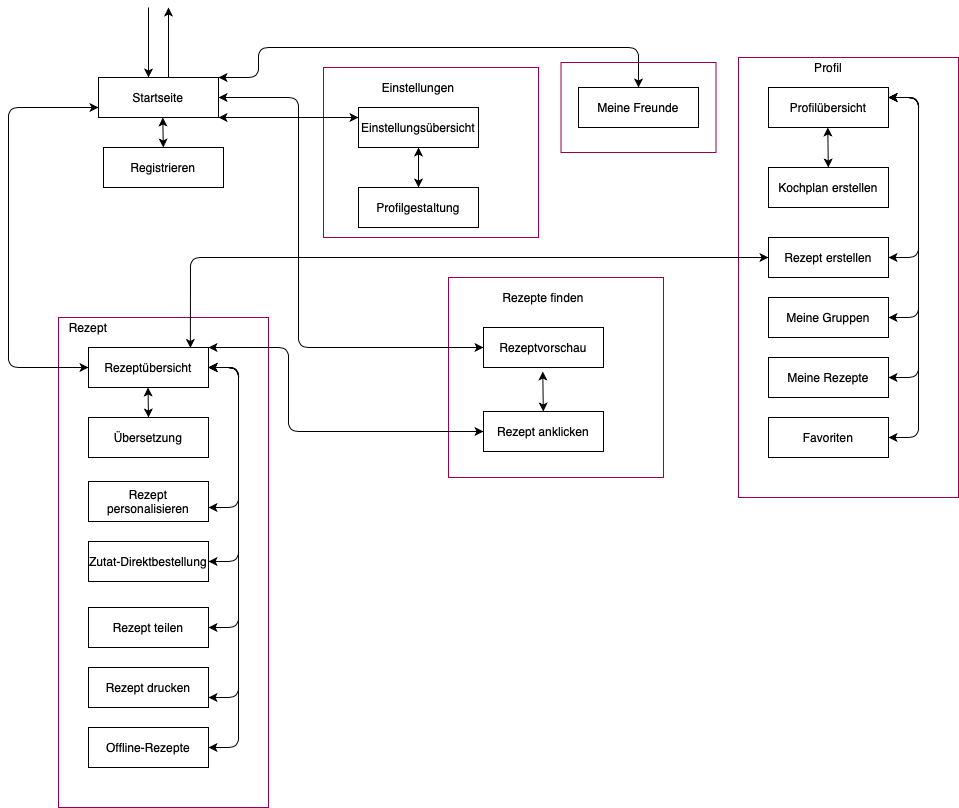
Before: Artefakte/NavigationModel/WS2020_CobanMai_NavigationModel_v1.png, a diagram exported from draw.io (Inf166/PeerToPeerSharingOfCookingRecipies). Source tidied: cells renumbered, new cells last; positions are measured from the earlier drawing's top-left corner, leaving out a move shared by most shapes. Its diagram source:
```xml
<mxGraphModel>
  <root>
    <mxCell id="0" />
    <mxCell id="1" parent="0" />
    <mxCell id="2" style="rounded=0;whiteSpace=wrap;html=1;fillColor=none;strokeColor=#99004D;" parent="1" vertex="1">
      <mxGeometry x="730" y="50" width="220" height="440" as="geometry" />
    </mxCell>
    <mxCell id="3" style="rounded=0;whiteSpace=wrap;html=1;fillColor=none;strokeColor=#99004D;" parent="1" vertex="1">
      <mxGeometry x="50" y="310" width="210" height="490" as="geometry" />
    </mxCell>
    <mxCell id="4" style="rounded=0;whiteSpace=wrap;html=1;fillColor=none;strokeColor=#99004D;" parent="1" vertex="1">
      <mxGeometry x="315" y="60" width="215" height="170" as="geometry" />
    </mxCell>
    <mxCell id="5" style="rounded=0;whiteSpace=wrap;html=1;fillColor=none;strokeColor=#99004D;" parent="1" vertex="1">
      <mxGeometry x="440" y="270" width="215" height="200" as="geometry" />
    </mxCell>
    <mxCell id="6" value="Startseite" style="rounded=0;whiteSpace=wrap;html=1;" parent="1" vertex="1">
      <mxGeometry x="90" y="70" width="120" height="40" as="geometry" />
    </mxCell>
    <mxCell id="7" style="endArrow=classic;html=1;" parent="1" edge="1">
      <mxGeometry relative="1" as="geometry">
        <mxPoint x="160" y="70" as="sourcePoint" />
        <mxPoint x="160" as="targetPoint" />
      </mxGeometry>
    </mxCell>
    <mxCell id="8" style="endArrow=classic;html=1;" parent="1" edge="1">
      <mxGeometry relative="1" as="geometry">
        <mxPoint x="140" as="sourcePoint" />
        <mxPoint x="140" y="70" as="targetPoint" />
      </mxGeometry>
    </mxCell>
    <mxCell id="9" value="Einstellungsübersicht" style="rounded=0;whiteSpace=wrap;html=1;" parent="1" vertex="1">
      <mxGeometry x="350" y="100" width="120" height="40" as="geometry" />
    </mxCell>
    <mxCell id="10" value="Rezeptübersicht" style="rounded=0;whiteSpace=wrap;html=1;" parent="1" vertex="1">
      <mxGeometry x="80" y="340" width="120" height="40" as="geometry" />
    </mxCell>
    <mxCell id="11" value="Profilübersicht" style="rounded=0;whiteSpace=wrap;html=1;" parent="1" vertex="1">
      <mxGeometry x="760" y="80" width="120" height="40" as="geometry" />
    </mxCell>
    <mxCell id="12" value="Meine Freunde" style="rounded=0;whiteSpace=wrap;html=1;" parent="1" vertex="1">
      <mxGeometry x="570" y="80" width="120" height="40" as="geometry" />
    </mxCell>
    <mxCell id="13" value="Rezept anklicken" style="rounded=0;whiteSpace=wrap;html=1;" parent="1" vertex="1">
      <mxGeometry x="475" y="404" width="120" height="40" as="geometry" />
    </mxCell>
    <mxCell id="14" style="endArrow=classic;startArrow=classic;html=1;" parent="1" edge="1">
      <mxGeometry relative="1" as="geometry">
        <mxPoint x="534.8" y="404" as="sourcePoint" />
        <mxPoint x="534.3" y="364" as="targetPoint" />
      </mxGeometry>
    </mxCell>
    <mxCell id="15" value="Rezepte finden" style="text;html=1;strokeColor=none;fillColor=none;align=center;verticalAlign=middle;whiteSpace=wrap;rounded=0;" parent="1" vertex="1">
      <mxGeometry x="490" y="280" width="90" height="20" as="geometry" />
    </mxCell>
    <mxCell id="16" value="Profilgestaltung" style="rounded=0;whiteSpace=wrap;html=1;" parent="1" vertex="1">
      <mxGeometry x="350" y="180" width="120" height="40" as="geometry" />
    </mxCell>
    <mxCell id="17" style="endArrow=classic;startArrow=classic;html=1;exitX=0.5;exitY=0;exitDx=0;exitDy=0;" parent="1" edge="1" source="16">
      <mxGeometry relative="1" as="geometry">
        <mxPoint x="410" y="140" as="targetPoint" />
      </mxGeometry>
    </mxCell>
    <mxCell id="18" value="Übersetzung" style="rounded=0;whiteSpace=wrap;html=1;" parent="1" vertex="1">
      <mxGeometry x="80" y="410" width="120" height="40" as="geometry" />
    </mxCell>
    <mxCell id="19" value="Offline-Rezepte" style="rounded=0;whiteSpace=wrap;html=1;" parent="1" vertex="1">
      <mxGeometry x="80" y="720" width="120" height="40" as="geometry" />
    </mxCell>
    <mxCell id="20" value="Zutat-Direktbestellung" style="rounded=0;whiteSpace=wrap;html=1;" parent="1" vertex="1">
      <mxGeometry x="80" y="534" width="120" height="40" as="geometry" />
    </mxCell>
    <mxCell id="21" value="Rezept personalisieren" style="rounded=0;whiteSpace=wrap;html=1;" parent="1" vertex="1">
      <mxGeometry x="80" y="474" width="120" height="40" as="geometry" />
    </mxCell>
    <mxCell id="22" value="Rezept drucken" style="rounded=0;whiteSpace=wrap;html=1;" parent="1" vertex="1">
      <mxGeometry x="80" y="660" width="120" height="40" as="geometry" />
    </mxCell>
    <mxCell id="23" value="Rezept teilen" style="rounded=0;whiteSpace=wrap;html=1;" parent="1" vertex="1">
      <mxGeometry x="80" y="600" width="120" height="40" as="geometry" />
    </mxCell>
    <mxCell id="24" style="endArrow=classic;startArrow=classic;html=1;" parent="1" edge="1">
      <mxGeometry relative="1" as="geometry">
        <mxPoint x="140" y="410" as="sourcePoint" />
        <mxPoint x="139.5" y="380" as="targetPoint" />
      </mxGeometry>
    </mxCell>
    <mxCell id="25" style="endArrow=classic;startArrow=classic;html=1;" parent="1" edge="1">
      <mxGeometry relative="1" as="geometry">
        <mxPoint x="200" y="500" as="sourcePoint" />
        <mxPoint x="200" y="360" as="targetPoint" />
        <Array as="points">
          <mxPoint x="230" y="500" />
          <mxPoint x="230" y="360" />
        </Array>
      </mxGeometry>
    </mxCell>
    <mxCell id="26" value="Einstellungen" style="text;html=1;strokeColor=none;fillColor=none;align=center;verticalAlign=middle;whiteSpace=wrap;rounded=0;" parent="1" vertex="1">
      <mxGeometry x="390" y="70" width="40" height="20" as="geometry" />
    </mxCell>
    <mxCell id="27" style="endArrow=classic;startArrow=classic;html=1;exitX=1;exitY=0.5;exitDx=0;exitDy=0;" parent="1" edge="1" source="20">
      <mxGeometry relative="1" as="geometry">
        <mxPoint x="200" y="360" as="targetPoint" />
        <Array as="points">
          <mxPoint x="230" y="554" />
          <mxPoint x="230" y="500" />
          <mxPoint x="230" y="360" />
        </Array>
      </mxGeometry>
    </mxCell>
    <mxCell id="28" style="endArrow=classic;startArrow=classic;html=1;exitX=1;exitY=0.5;exitDx=0;exitDy=0;entryX=1;entryY=0.5;entryDx=0;entryDy=0;" parent="1" edge="1" source="23" target="10">
      <mxGeometry relative="1" as="geometry">
        <Array as="points">
          <mxPoint x="230" y="620" />
          <mxPoint x="230" y="510" />
          <mxPoint x="230" y="360" />
        </Array>
      </mxGeometry>
    </mxCell>
    <mxCell id="29" style="endArrow=classic;startArrow=classic;html=1;exitX=1;exitY=0.75;exitDx=0;exitDy=0;" parent="1" edge="1" source="22">
      <mxGeometry relative="1" as="geometry">
        <mxPoint x="200" y="360" as="targetPoint" />
        <Array as="points">
          <mxPoint x="230" y="690" />
          <mxPoint x="230" y="610" />
          <mxPoint x="230" y="520" />
          <mxPoint x="230" y="360" />
        </Array>
      </mxGeometry>
    </mxCell>
    <mxCell id="30" style="endArrow=classic;startArrow=classic;html=1;exitX=1;exitY=0.5;exitDx=0;exitDy=0;" parent="1" edge="1" source="19">
      <mxGeometry relative="1" as="geometry">
        <mxPoint x="200" y="360" as="targetPoint" />
        <Array as="points">
          <mxPoint x="230" y="740" />
          <mxPoint x="230" y="620" />
          <mxPoint x="230" y="530" />
          <mxPoint x="230" y="360" />
        </Array>
      </mxGeometry>
    </mxCell>
    <mxCell id="31" value="Rezept" style="text;html=1;strokeColor=none;fillColor=none;align=center;verticalAlign=middle;whiteSpace=wrap;rounded=0;" parent="1" vertex="1">
      <mxGeometry x="60" y="310" width="40" height="20" as="geometry" />
    </mxCell>
    <mxCell id="32" style="endArrow=classic;startArrow=classic;html=1;entryX=1;entryY=0;entryDx=0;entryDy=0;exitX=0;exitY=0.5;exitDx=0;exitDy=0;" parent="1" edge="1" source="13" target="10">
      <mxGeometry relative="1" as="geometry">
        <Array as="points">
          <mxPoint x="280" y="424" />
          <mxPoint x="280" y="340" />
        </Array>
      </mxGeometry>
    </mxCell>
    <mxCell id="33" value="Rezeptvorschau" style="rounded=0;whiteSpace=wrap;html=1;" parent="1" vertex="1">
      <mxGeometry x="475" y="320" width="120" height="40" as="geometry" />
    </mxCell>
    <mxCell id="34" style="endArrow=classic;startArrow=classic;html=1;entryX=0;entryY=0.25;entryDx=0;entryDy=0;exitX=1;exitY=1;exitDx=0;exitDy=0;" parent="1" edge="1" source="6" target="9">
      <mxGeometry relative="1" as="geometry">
        <Array as="points">
          <mxPoint x="280" y="110" />
        </Array>
      </mxGeometry>
    </mxCell>
    <mxCell id="35" style="endArrow=classic;startArrow=classic;html=1;entryX=0;entryY=0.75;entryDx=0;entryDy=0;exitX=0;exitY=0.5;exitDx=0;exitDy=0;" parent="1" edge="1" source="10" target="6">
      <mxGeometry relative="1" as="geometry">
        <Array as="points">
          <mxPoint y="360" />
          <mxPoint y="100" />
        </Array>
      </mxGeometry>
    </mxCell>
    <mxCell id="36" style="endArrow=classic;startArrow=classic;html=1;exitX=0;exitY=0.5;exitDx=0;exitDy=0;entryX=1;entryY=0.5;entryDx=0;entryDy=0;" parent="1" edge="1" source="33" target="6">
      <mxGeometry relative="1" as="geometry">
        <Array as="points">
          <mxPoint x="290" y="340" />
          <mxPoint x="290" y="90" />
        </Array>
      </mxGeometry>
    </mxCell>
    <mxCell id="37" style="endArrow=classic;startArrow=classic;html=1;entryX=0.5;entryY=0;entryDx=0;entryDy=0;exitX=1;exitY=0;exitDx=0;exitDy=0;" parent="1" edge="1" source="6" target="12">
      <mxGeometry relative="1" as="geometry">
        <Array as="points">
          <mxPoint x="250" y="70" />
          <mxPoint x="250" y="40" />
          <mxPoint x="630" y="40" />
        </Array>
      </mxGeometry>
    </mxCell>
    <mxCell id="38" value="Kochplan erstellen" style="rounded=0;whiteSpace=wrap;html=1;" parent="1" vertex="1">
      <mxGeometry x="760" y="160" width="120" height="40" as="geometry" />
    </mxCell>
    <mxCell id="39" value="Rezept erstellen" style="rounded=0;whiteSpace=wrap;html=1;" parent="1" vertex="1">
      <mxGeometry x="760" y="230" width="120" height="40" as="geometry" />
    </mxCell>
    <mxCell id="40" value="Meine Rezepte" style="rounded=0;whiteSpace=wrap;html=1;" parent="1" vertex="1">
      <mxGeometry x="760" y="350" width="120" height="40" as="geometry" />
    </mxCell>
    <mxCell id="41" value="Meine Gruppen" style="rounded=0;whiteSpace=wrap;html=1;" parent="1" vertex="1">
      <mxGeometry x="760" y="290" width="120" height="40" as="geometry" />
    </mxCell>
    <mxCell id="42" value="Favoriten" style="rounded=0;whiteSpace=wrap;html=1;" parent="1" vertex="1">
      <mxGeometry x="760" y="410" width="120" height="40" as="geometry" />
    </mxCell>
    <mxCell id="43" value="Profil" style="text;html=1;strokeColor=none;fillColor=none;align=center;verticalAlign=middle;whiteSpace=wrap;rounded=0;" parent="1" vertex="1">
      <mxGeometry x="800" y="50" width="40" height="20" as="geometry" />
    </mxCell>
    <mxCell id="44" style="endArrow=classic;startArrow=classic;html=1;" parent="1" edge="1">
      <mxGeometry relative="1" as="geometry">
        <mxPoint x="819.8" y="160" as="sourcePoint" />
        <mxPoint x="819.3" y="120" as="targetPoint" />
      </mxGeometry>
    </mxCell>
    <mxCell id="45" style="endArrow=classic;startArrow=classic;html=1;exitX=1;exitY=0.5;exitDx=0;exitDy=0;" parent="1" edge="1" source="42">
      <mxGeometry relative="1" as="geometry">
        <mxPoint x="880" y="90" as="targetPoint" />
        <Array as="points">
          <mxPoint x="910" y="430" />
          <mxPoint x="910" y="350" />
          <mxPoint x="910" y="260" />
          <mxPoint x="910" y="90" />
        </Array>
      </mxGeometry>
    </mxCell>
    <mxCell id="46" style="endArrow=classic;startArrow=classic;html=1;exitX=1;exitY=0.5;exitDx=0;exitDy=0;" parent="1" edge="1" source="40">
      <mxGeometry relative="1" as="geometry">
        <mxPoint x="880" y="90" as="targetPoint" />
        <Array as="points">
          <mxPoint x="910" y="370" />
          <mxPoint x="910" y="340" />
          <mxPoint x="910" y="250" />
          <mxPoint x="910" y="90" />
        </Array>
      </mxGeometry>
    </mxCell>
    <mxCell id="47" style="endArrow=classic;startArrow=classic;html=1;exitX=1;exitY=0.5;exitDx=0;exitDy=0;" parent="1" edge="1" source="41">
      <mxGeometry relative="1" as="geometry">
        <mxPoint x="880" y="90" as="targetPoint" />
        <Array as="points">
          <mxPoint x="910" y="310" />
          <mxPoint x="910" y="200" />
          <mxPoint x="910" y="90" />
        </Array>
      </mxGeometry>
    </mxCell>
    <mxCell id="48" style="endArrow=classic;startArrow=classic;html=1;exitX=1;exitY=0.5;exitDx=0;exitDy=0;entryX=1;entryY=0.25;entryDx=0;entryDy=0;" parent="1" edge="1" source="39" target="11">
      <mxGeometry relative="1" as="geometry">
        <Array as="points">
          <mxPoint x="910" y="250" />
          <mxPoint x="910" y="210" />
          <mxPoint x="910" y="90" />
        </Array>
      </mxGeometry>
    </mxCell>
    <mxCell id="49" style="endArrow=classic;startArrow=classic;html=1;entryX=0;entryY=0.5;entryDx=0;entryDy=0;exitX=0.849;exitY=0.011;exitDx=0;exitDy=0;exitPerimeter=0;" parent="1" edge="1" source="10" target="39">
      <mxGeometry relative="1" as="geometry">
        <Array as="points">
          <mxPoint x="182" y="250" />
          <mxPoint x="310" y="250" />
        </Array>
      </mxGeometry>
    </mxCell>
    <mxCell id="50" style="endArrow=classic;startArrow=classic;html=1;" parent="1" edge="1">
      <mxGeometry relative="1" as="geometry">
        <mxPoint x="154.8" y="140" as="sourcePoint" />
        <mxPoint x="154.3" y="110" as="targetPoint" />
      </mxGeometry>
    </mxCell>
    <mxCell id="51" value="Registrieren" style="rounded=0;whiteSpace=wrap;html=1;" parent="1" vertex="1">
      <mxGeometry x="95" y="140" width="120" height="40" as="geometry" />
    </mxCell>
    <mxCell id="52" style="rounded=0;whiteSpace=wrap;html=1;fillColor=none;strokeColor=#99004D;" parent="1" vertex="1">
      <mxGeometry x="552.5" y="55" width="155" height="90" as="geometry" />
    </mxCell>
  </root>
</mxGraphModel>
```
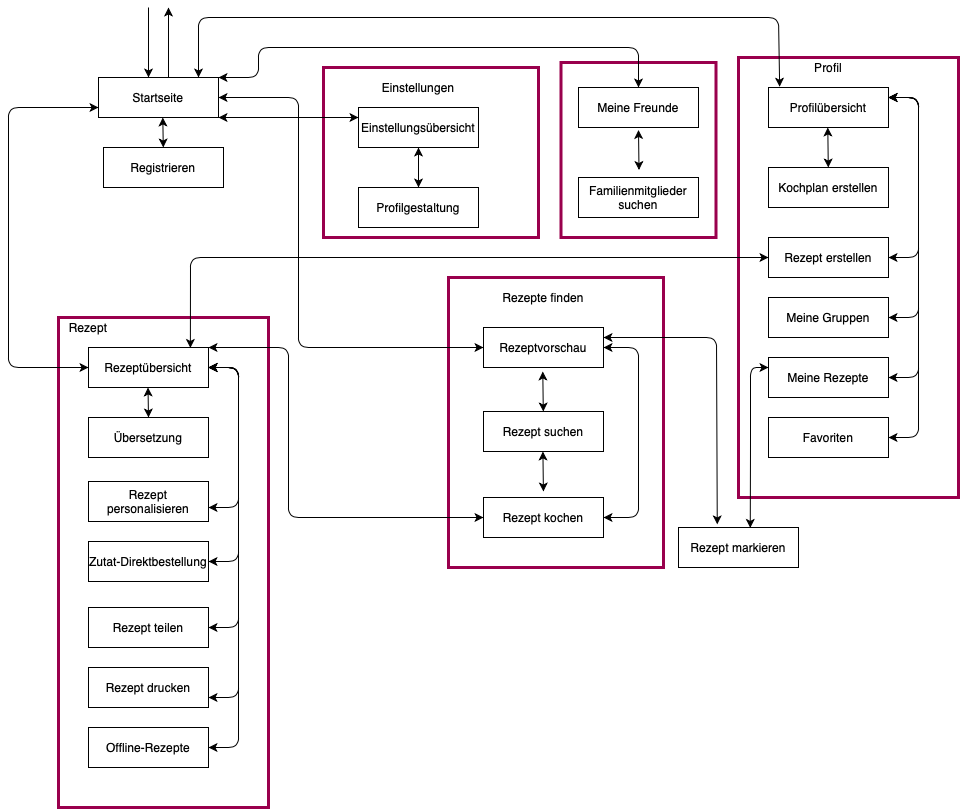
After the commit.

The edit, as a diff of the source:
```diff
@@ -2,17 +2,20 @@
   <root>
     <mxCell id="0" />
     <mxCell id="1" parent="0" />
+    <mxCell id="52" style="rounded=0;whiteSpace=wrap;html=1;fillColor=none;strokeColor=#99004D;strokeWidth=3;" parent="1" vertex="1">
+      <mxGeometry x="552.5" y="55" width="155" height="175" as="geometry" />
+    </mxCell>
-    <mxCell id="2" style="rounded=0;whiteSpace=wrap;html=1;fillColor=none;strokeColor=#99004D;" parent="1" vertex="1">
+    <mxCell id="2" style="rounded=0;whiteSpace=wrap;html=1;fillColor=none;strokeColor=#99004D;strokeWidth=3;" parent="1" vertex="1">
       <mxGeometry x="730" y="50" width="220" height="440" as="geometry" />
     </mxCell>
-    <mxCell id="3" style="rounded=0;whiteSpace=wrap;html=1;fillColor=none;strokeColor=#99004D;" parent="1" vertex="1">
+    <mxCell id="3" style="rounded=0;whiteSpace=wrap;html=1;fillColor=none;strokeColor=#99004D;strokeWidth=3;" parent="1" vertex="1">
       <mxGeometry x="50" y="310" width="210" height="490" as="geometry" />
     </mxCell>
-    <mxCell id="4" style="rounded=0;whiteSpace=wrap;html=1;fillColor=none;strokeColor=#99004D;" parent="1" vertex="1">
+    <mxCell id="4" style="rounded=0;whiteSpace=wrap;html=1;fillColor=none;strokeColor=#99004D;strokeWidth=3;" parent="1" vertex="1">
       <mxGeometry x="315" y="60" width="215" height="170" as="geometry" />
     </mxCell>
-    <mxCell id="5" style="rounded=0;whiteSpace=wrap;html=1;fillColor=none;strokeColor=#99004D;" parent="1" vertex="1">
-      <mxGeometry x="440" y="270" width="215" height="200" as="geometry" />
+    <mxCell id="5" style="rounded=0;whiteSpace=wrap;html=1;fillColor=none;strokeColor=#99004D;strokeWidth=3;" parent="1" vertex="1">
+      <mxGeometry x="440" y="270" width="215" height="290" as="geometry" />
     </mxCell>
     <mxCell id="6" value="Startseite" style="rounded=0;whiteSpace=wrap;html=1;" parent="1" vertex="1">
       <mxGeometry x="90" y="70" width="120" height="40" as="geometry" />
@@ -41,8 +44,8 @@
     <mxCell id="12" value="Meine Freunde" style="rounded=0;whiteSpace=wrap;html=1;" parent="1" vertex="1">
       <mxGeometry x="570" y="80" width="120" height="40" as="geometry" />
     </mxCell>
-    <mxCell id="13" value="Rezept anklicken" style="rounded=0;whiteSpace=wrap;html=1;" parent="1" vertex="1">
-      <mxGeometry x="475" y="404" width="120" height="40" as="geometry" />
+    <mxCell id="13" value="Rezept kochen" style="rounded=0;whiteSpace=wrap;html=1;" parent="1" vertex="1">
+      <mxGeometry x="475" y="490" width="120" height="40" as="geometry" />
     </mxCell>
     <mxCell id="14" style="endArrow=classic;startArrow=classic;html=1;" parent="1" edge="1">
       <mxGeometry relative="1" as="geometry">
@@ -145,7 +148,7 @@
     <mxCell id="32" style="endArrow=classic;startArrow=classic;html=1;entryX=1;entryY=0;entryDx=0;entryDy=0;exitX=0;exitY=0.5;exitDx=0;exitDy=0;" parent="1" edge="1" source="13" target="10">
       <mxGeometry relative="1" as="geometry">
         <Array as="points">
-          <mxPoint x="280" y="424" />
+          <mxPoint x="280" y="510" />
           <mxPoint x="280" y="340" />
         </Array>
       </mxGeometry>
@@ -267,8 +270,58 @@
     <mxCell id="51" value="Registrieren" style="rounded=0;whiteSpace=wrap;html=1;" parent="1" vertex="1">
       <mxGeometry x="95" y="140" width="120" height="40" as="geometry" />
     </mxCell>
-    <mxCell id="52" style="rounded=0;whiteSpace=wrap;html=1;fillColor=none;strokeColor=#99004D;" parent="1" vertex="1">
-      <mxGeometry x="552.5" y="55" width="155" height="90" as="geometry" />
-    </mxCell>
+    <mxCell id="53" value="Rezept suchen" style="rounded=0;whiteSpace=wrap;html=1;" parent="1" vertex="1">
+      <mxGeometry x="475" y="404" width="120" height="40" as="geometry" />
+    </mxCell>
+    <mxCell id="54" style="endArrow=classic;startArrow=classic;html=1;" parent="1" edge="1">
+      <mxGeometry relative="1" as="geometry">
+        <mxPoint x="534.9" y="484" as="sourcePoint" />
+        <mxPoint x="534.4" y="444" as="targetPoint" />
+      </mxGeometry>
+    </mxCell>
+    <mxCell id="55" style="endArrow=classic;startArrow=classic;html=1;exitX=1;exitY=0.5;exitDx=0;exitDy=0;entryX=1;entryY=0.5;entryDx=0;entryDy=0;" parent="1" edge="1" source="13" target="33">
+      <mxGeometry relative="1" as="geometry">
+        <Array as="points">
+          <mxPoint x="630" y="510" />
+          <mxPoint x="630" y="340" />
+        </Array>
+      </mxGeometry>
+    </mxCell>
+    <mxCell id="56" value="Rezept markieren" style="rounded=0;whiteSpace=wrap;html=1;" parent="1" vertex="1">
+      <mxGeometry x="670" y="520" width="120" height="40" as="geometry" />
+    </mxCell>
+    <mxCell id="57" style="endArrow=classic;startArrow=classic;html=1;entryX=1;entryY=0.25;entryDx=0;entryDy=0;exitX=0.323;exitY=-0.078;exitDx=0;exitDy=0;exitPerimeter=0;" parent="1" edge="1" source="56" target="33">
+      <mxGeometry relative="1" as="geometry">
+        <Array as="points">
+          <mxPoint x="708" y="330" />
+        </Array>
+      </mxGeometry>
+    </mxCell>
+    <mxCell id="58" style="endArrow=classic;startArrow=classic;html=1;exitX=0.598;exitY=0.01;exitDx=0;exitDy=0;exitPerimeter=0;entryX=0;entryY=0.25;entryDx=0;entryDy=0;" parent="1" edge="1" source="56" target="40">
+      <mxGeometry relative="1" as="geometry">
+        <Array as="points">
+          <mxPoint x="742" y="440" />
+          <mxPoint x="742" y="360" />
+        </Array>
+      </mxGeometry>
+    </mxCell>
+    <mxCell id="59" value="Familienmitglieder suchen" style="rounded=0;whiteSpace=wrap;html=1;" parent="1" vertex="1">
+      <mxGeometry x="570" y="170" width="120" height="40" as="geometry" />
+    </mxCell>
+    <mxCell id="60" style="endArrow=classic;startArrow=classic;html=1;" parent="1" edge="1">
+      <mxGeometry relative="1" as="geometry">
+        <mxPoint x="630.5" y="162.5" as="sourcePoint" />
+        <mxPoint x="630" y="122.5" as="targetPoint" />
+      </mxGeometry>
+    </mxCell>
+    <mxCell id="61" style="endArrow=classic;startArrow=classic;html=1;entryX=0.093;entryY=-0.019;entryDx=0;entryDy=0;entryPerimeter=0;" parent="1" edge="1" target="11">
+      <mxGeometry relative="1" as="geometry">
+        <mxPoint x="190" y="70" as="sourcePoint" />
+        <Array as="points">
+          <mxPoint x="190" y="10" />
+          <mxPoint x="770" y="10" />
+        </Array>
+      </mxGeometry>
+    </mxCell>
   </root>
 </mxGraphModel>
```
